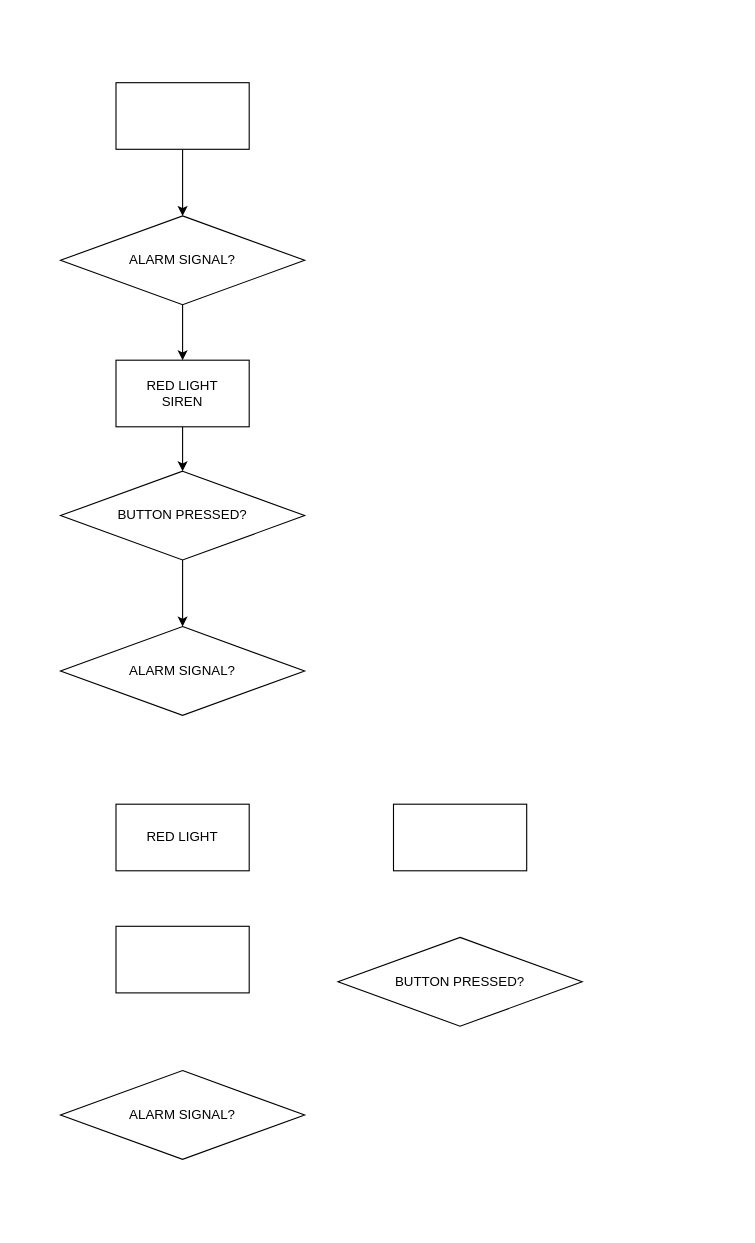
Above: asm to python.drawio in konstkov/Repository (draw.io), before the change. Source tidied: cells renumbered, new cells numbered last; positions are measured from the earlier drawing's top-left corner, leaving out a move shared by most shapes. Both pictures are drawn from the tidied source at 111%, with x=0, y=0 at pixel (60, 82).
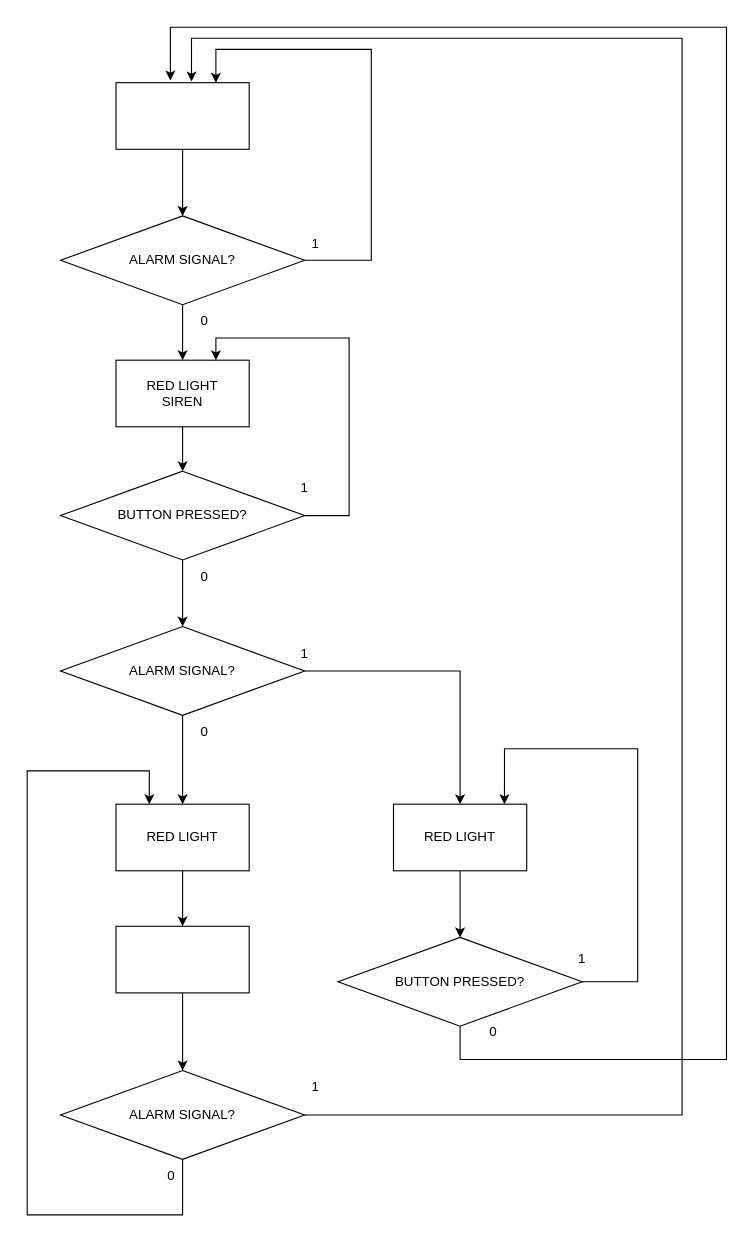
After the change.

The change refers to these unchanged cells:
```xml
<mxCell id="3" style="rounded=0;whiteSpace=wrap;html=1;" parent="1" vertex="1">
  <mxGeometry x="50" width="120" height="60" as="geometry" />
</mxCell>
<mxCell id="5" value="ALARM SIGNAL?" style="rhombus;whiteSpace=wrap;html=1;" parent="1" vertex="1">
  <mxGeometry y="120" width="220" height="80" as="geometry" />
</mxCell>
<mxCell id="7" value="RED LIGHT&lt;div&gt;SIREN&lt;/div&gt;" style="rounded=0;whiteSpace=wrap;html=1;" parent="1" vertex="1">
  <mxGeometry x="50" y="250" width="120" height="60" as="geometry" />
</mxCell>
<mxCell id="9" value="BUTTON PRESSED?" style="rhombus;whiteSpace=wrap;html=1;" parent="1" vertex="1">
  <mxGeometry y="350" width="220" height="80" as="geometry" />
</mxCell>
<mxCell id="10" value="ALARM SIGNAL?" style="rhombus;whiteSpace=wrap;html=1;" parent="1" vertex="1">
  <mxGeometry y="490" width="220" height="80" as="geometry" />
</mxCell>
<mxCell id="11" value="RED LIGHT" style="rounded=0;whiteSpace=wrap;html=1;" parent="1" vertex="1">
  <mxGeometry x="50" y="650" width="120" height="60" as="geometry" />
</mxCell>
<mxCell id="12" style="rounded=0;whiteSpace=wrap;html=1;" parent="1" vertex="1">
  <mxGeometry x="50" y="760" width="120" height="60" as="geometry" />
</mxCell>
<mxCell id="14" value="BUTTON PRESSED?" style="rhombus;whiteSpace=wrap;html=1;" parent="1" vertex="1">
  <mxGeometry x="250" y="770" width="220" height="80" as="geometry" />
</mxCell>
<mxCell id="15" value="ALARM SIGNAL?" style="rhombus;whiteSpace=wrap;html=1;" parent="1" vertex="1">
  <mxGeometry y="890" width="220" height="80" as="geometry" />
</mxCell>
```

Diff of the diagram source:
```diff
@@
+    <mxCell id="16" style="edgeStyle=orthogonalEdgeStyle;rounded=0;jettySize=auto;html=1;entryX=0.75;entryY=0;entryDx=0;entryDy=0;" parent="1" edge="1" source="5" target="3">
+      <mxGeometry relative="1" as="geometry">
+        <Array as="points">
+          <mxPoint x="280" y="160" />
+          <mxPoint x="280" y="-30" />
+          <mxPoint x="140" y="-30" />
+        </Array>
+      </mxGeometry>
+    </mxCell>
@@
+    <mxCell id="17" style="edgeStyle=orthogonalEdgeStyle;rounded=0;jettySize=auto;html=1;entryX=0.75;entryY=0;entryDx=0;entryDy=0;" parent="1" edge="1" source="9" target="7">
+      <mxGeometry relative="1" as="geometry">
+        <Array as="points">
+          <mxPoint x="260" y="390" />
+          <mxPoint x="260" y="230" />
+          <mxPoint x="140" y="230" />
+        </Array>
+      </mxGeometry>
+    </mxCell>
@@
+    <mxCell id="18" style="edgeStyle=orthogonalEdgeStyle;rounded=0;jettySize=auto;html=1;" parent="1" edge="1" source="10" target="11">
+      <mxGeometry relative="1" as="geometry" />
+    </mxCell>
+    <mxCell id="19" style="edgeStyle=orthogonalEdgeStyle;rounded=0;jettySize=auto;html=1;entryX=0.5;entryY=0;entryDx=0;entryDy=0;" parent="1" edge="1" source="10" target="13">
+      <mxGeometry relative="1" as="geometry">
+        <Array as="points">
+          <mxPoint x="360" y="530" />
+        </Array>
+      </mxGeometry>
+    </mxCell>
@@
+    <mxCell id="20" style="edgeStyle=orthogonalEdgeStyle;rounded=0;jettySize=auto;html=1;" parent="1" edge="1" source="11" target="12">
+      <mxGeometry relative="1" as="geometry" />
+    </mxCell>
@@
+    <mxCell id="21" style="edgeStyle=orthogonalEdgeStyle;rounded=0;jettySize=auto;html=1;entryX=0.5;entryY=0;entryDx=0;entryDy=0;" parent="1" edge="1" source="12" target="15">
+      <mxGeometry relative="1" as="geometry" />
+    </mxCell>
@@
+    <mxCell id="22" style="edgeStyle=orthogonalEdgeStyle;rounded=0;jettySize=auto;html=1;entryX=0.5;entryY=0;entryDx=0;entryDy=0;" parent="1" edge="1" source="13" target="14">
+      <mxGeometry relative="1" as="geometry" />
+    </mxCell>
-    <mxCell id="13" style="rounded=0;whiteSpace=wrap;html=1;" parent="1" vertex="1">
+    <mxCell id="13" value="RED LIGHT" style="rounded=0;whiteSpace=wrap;html=1;" parent="1" vertex="1">
       <mxGeometry x="300" y="650" width="120" height="60" as="geometry" />
     </mxCell>
+    <mxCell id="23" style="edgeStyle=orthogonalEdgeStyle;rounded=0;jettySize=auto;html=1;entryX=0.833;entryY=0;entryDx=0;entryDy=0;entryPerimeter=0;" parent="1" edge="1" source="14" target="13">
+      <mxGeometry relative="1" as="geometry">
+        <Array as="points">
+          <mxPoint x="520" y="810" />
+          <mxPoint x="520" y="600" />
+          <mxPoint x="400" y="600" />
+        </Array>
+      </mxGeometry>
+    </mxCell>
+    <mxCell id="24" style="edgeStyle=orthogonalEdgeStyle;rounded=0;jettySize=auto;html=1;entryX=0.408;entryY=-0.033;entryDx=0;entryDy=0;entryPerimeter=0;" parent="1" edge="1" source="14" target="3">
+      <mxGeometry relative="1" as="geometry">
+        <Array as="points">
+          <mxPoint x="360" y="880" />
+          <mxPoint x="600" y="880" />
+          <mxPoint x="600" y="-50" />
+          <mxPoint x="99" y="-50" />
+        </Array>
+      </mxGeometry>
+    </mxCell>
@@
+    <mxCell id="25" style="edgeStyle=orthogonalEdgeStyle;rounded=0;jettySize=auto;html=1;entryX=0.567;entryY=-0.017;entryDx=0;entryDy=0;entryPerimeter=0;" parent="1" edge="1" source="15" target="3">
+      <mxGeometry relative="1" as="geometry">
+        <Array as="points">
+          <mxPoint x="560" y="930" />
+          <mxPoint x="560" y="-40" />
+          <mxPoint x="118" y="-40" />
+        </Array>
+      </mxGeometry>
+    </mxCell>
+    <mxCell id="26" style="edgeStyle=orthogonalEdgeStyle;rounded=0;jettySize=auto;html=1;entryX=0.25;entryY=0;entryDx=0;entryDy=0;" parent="1" edge="1" source="15" target="11">
+      <mxGeometry relative="1" as="geometry">
+        <Array as="points">
+          <mxPoint x="110" y="1020" />
+          <mxPoint x="-30" y="1020" />
+          <mxPoint x="-30" y="620" />
+          <mxPoint x="80" y="620" />
+        </Array>
+      </mxGeometry>
+    </mxCell>
@@
+    <mxCell id="27" value="1" style="text;html=1;align=center;verticalAlign=middle;whiteSpace=wrap;rounded=0;" parent="1" vertex="1">
+      <mxGeometry x="440" y="775" width="60" height="30" as="geometry" />
+    </mxCell>
+    <mxCell id="28" value="1" style="text;html=1;align=center;verticalAlign=middle;whiteSpace=wrap;rounded=0;" parent="1" vertex="1">
+      <mxGeometry x="200" y="890" width="60" height="30" as="geometry" />
+    </mxCell>
+    <mxCell id="29" value="1" style="text;html=1;align=center;verticalAlign=middle;whiteSpace=wrap;rounded=0;" parent="1" vertex="1">
+      <mxGeometry x="190" y="500" width="60" height="30" as="geometry" />
+    </mxCell>
+    <mxCell id="30" value="1" style="text;html=1;align=center;verticalAlign=middle;whiteSpace=wrap;rounded=0;" parent="1" vertex="1">
+      <mxGeometry x="200" y="130" width="60" height="30" as="geometry" />
+    </mxCell>
+    <mxCell id="31" value="1" style="text;html=1;align=center;verticalAlign=middle;whiteSpace=wrap;rounded=0;" parent="1" vertex="1">
+      <mxGeometry x="190" y="350" width="60" height="30" as="geometry" />
+    </mxCell>
+    <mxCell id="32" value="0" style="text;html=1;align=center;verticalAlign=middle;whiteSpace=wrap;rounded=0;" parent="1" vertex="1">
+      <mxGeometry x="360" y="840" width="60" height="30" as="geometry" />
+    </mxCell>
+    <mxCell id="33" value="0" style="text;html=1;align=center;verticalAlign=middle;whiteSpace=wrap;rounded=0;" parent="1" vertex="1">
+      <mxGeometry x="70" y="970" width="60" height="30" as="geometry" />
+    </mxCell>
+    <mxCell id="34" value="0" style="text;html=1;align=center;verticalAlign=middle;whiteSpace=wrap;rounded=0;" parent="1" vertex="1">
+      <mxGeometry x="100" y="570" width="60" height="30" as="geometry" />
+    </mxCell>
+    <mxCell id="35" value="0" style="text;html=1;align=center;verticalAlign=middle;whiteSpace=wrap;rounded=0;" parent="1" vertex="1">
+      <mxGeometry x="100" y="430" width="60" height="30" as="geometry" />
+    </mxCell>
+    <mxCell id="36" value="0" style="text;html=1;align=center;verticalAlign=middle;whiteSpace=wrap;rounded=0;" parent="1" vertex="1">
+      <mxGeometry x="100" y="200" width="60" height="30" as="geometry" />
+    </mxCell>
```
